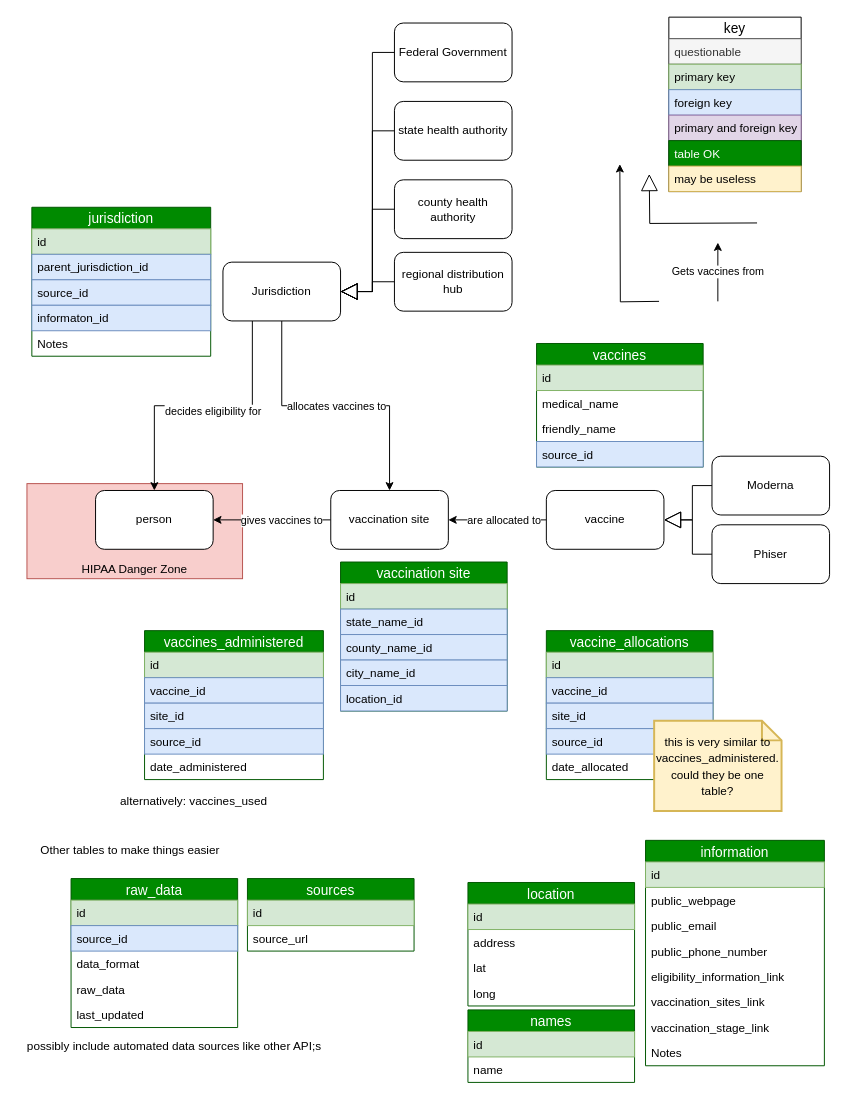
The draw.io diagram Domain Model.drawio in VacFind/Documentation, before the edit. Source tidied: cells renumbered, new cells numbered last; positions are measured from the earlier drawing's top-left corner, leaving out a move shared by most shapes. Both pictures are drawn from the tidied source at 98%, with x=0, y=0 at pixel (17, 17).
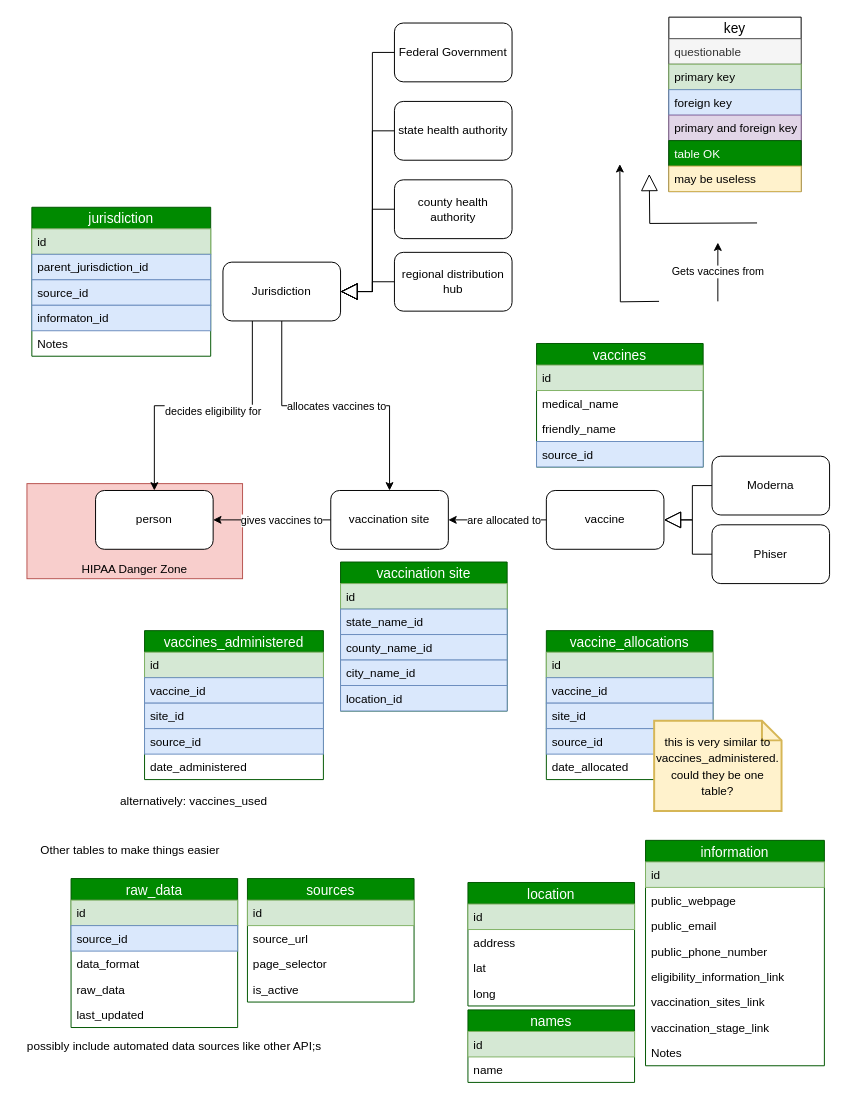
Above is the later version.

Commit message:
add note about similar tables and add some columns to datasource table

What changed in the source:
```diff
@@
     <mxCell id="91" value="sources" style="swimlane;fontStyle=0;horizontal=1;startSize=22;fillColor=#008a00;swimlaneFillColor=#ffffff;align=center;fontSize=14;strokeColor=#005700;fontColor=#ffffff;" parent="1" vertex="1">
-      <mxGeometry x="235" y="879" width="170" height="74" as="geometry" />
+      <mxGeometry x="235" y="879" width="170" height="126" as="geometry" />
     </mxCell>
@@
+    <mxCell id="95" value="page_selector" style="text;strokeColor=none;fillColor=none;spacingLeft=4;spacingRight=4;overflow=hidden;fontSize=12;" parent="91" vertex="1">
+      <mxGeometry y="74" width="170" height="26" as="geometry" />
+    </mxCell>
+    <mxCell id="96" value="is_active" style="text;strokeColor=none;fillColor=none;spacingLeft=4;spacingRight=4;overflow=hidden;fontSize=12;" parent="91" vertex="1">
+      <mxGeometry y="100" width="170" height="26" as="geometry" />
+    </mxCell>
```
